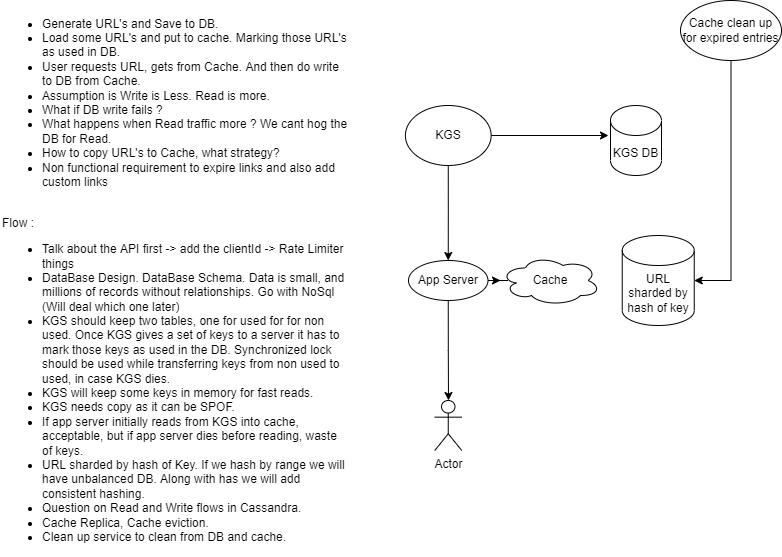
Above: Designs/URL Shortener.drawio.png in pdhub/LowLevelDesign (draw.io), before the change. Source tidied: cells renumbered, new cells last; positions are measured from the earlier drawing's top-left corner, leaving out a move shared by most shapes.
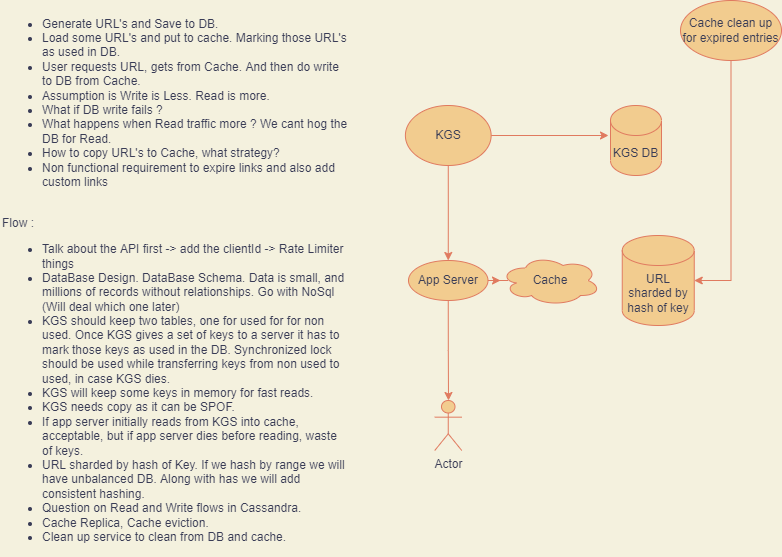
Above is the later version.

The edit, as a diff of the source:
```diff
@@ -1,48 +1,48 @@
-<mxGraphModel>
+<mxGraphModel background="#F4F1DE">
   <root>
     <mxCell id="0" />
     <mxCell id="1" parent="0" />
-    <mxCell id="2" style="edgeStyle=orthogonalEdgeStyle;rounded=0;jettySize=auto;html=1;" parent="1" edge="1" source="4">
+    <mxCell id="2" style="edgeStyle=orthogonalEdgeStyle;rounded=0;jettySize=auto;html=1;labelBackgroundColor=#F4F1DE;strokeColor=#E07A5F;fontColor=#393C56;" parent="1" edge="1" source="4">
       <mxGeometry relative="1" as="geometry">
         <mxPoint x="608" y="135" as="targetPoint" />
       </mxGeometry>
     </mxCell>
-    <mxCell id="3" style="edgeStyle=orthogonalEdgeStyle;rounded=0;jettySize=auto;html=1;" parent="1" edge="1" source="4" target="10">
+    <mxCell id="3" style="edgeStyle=orthogonalEdgeStyle;rounded=0;jettySize=auto;html=1;labelBackgroundColor=#F4F1DE;strokeColor=#E07A5F;fontColor=#393C56;" parent="1" edge="1" source="4" target="10">
       <mxGeometry relative="1" as="geometry" />
     </mxCell>
-    <mxCell id="4" value="KGS" style="ellipse;whiteSpace=wrap;html=1;" parent="1" vertex="1">
+    <mxCell id="4" value="KGS" style="ellipse;whiteSpace=wrap;html=1;fillColor=#F2CC8F;strokeColor=#E07A5F;fontColor=#393C56;" parent="1" vertex="1">
       <mxGeometry x="404.9" y="105" width="85.8" height="60" as="geometry" />
     </mxCell>
-    <mxCell id="5" value="KGS DB" style="shape=cylinder3;whiteSpace=wrap;html=1;boundedLbl=1;backgroundOutline=1;size=15;" parent="1" vertex="1">
+    <mxCell id="5" value="KGS DB" style="shape=cylinder3;whiteSpace=wrap;html=1;boundedLbl=1;backgroundOutline=1;size=15;fillColor=#F2CC8F;strokeColor=#E07A5F;fontColor=#393C56;" parent="1" vertex="1">
       <mxGeometry x="610" y="105" width="51" height="70" as="geometry" />
     </mxCell>
-    <mxCell id="6" value="&lt;ul&gt;&lt;li&gt;Generate URL's and Save to DB.&lt;/li&gt;&lt;li&gt;Load some URL's and put to cache. Marking those URL's as used in DB.&lt;/li&gt;&lt;li&gt;User requests URL, gets from Cache. And then do write to DB from Cache.&lt;/li&gt;&lt;li&gt;Assumption is Write is Less. Read is more.&lt;/li&gt;&lt;li&gt;What if DB write fails ?&lt;/li&gt;&lt;li&gt;What happens when Read traffic more ? We cant hog the DB for Read.&lt;/li&gt;&lt;li&gt;How to copy URL's to Cache, what strategy?&lt;/li&gt;&lt;li&gt;Non functional requirement to expire links and also add custom links&lt;/li&gt;&lt;/ul&gt;&lt;div&gt;&lt;br&gt;&lt;/div&gt;&lt;div&gt;Flow :&lt;/div&gt;&lt;div&gt;&lt;ul&gt;&lt;li&gt;Talk about the API first -&amp;gt; add the clientId -&amp;gt; Rate Limiter things&lt;/li&gt;&lt;li&gt;DataBase Design. DataBase Schema. Data is small, and millions of records without relationships. Go with NoSql (Will deal which one later)&lt;/li&gt;&lt;li&gt;KGS should keep two tables, one for used for for non used. Once KGS gives a set of keys to a server it has to mark those keys as used in the DB. Synchronized lock should be used while transferring keys from non used to used, in case KGS dies.&amp;nbsp;&lt;/li&gt;&lt;li&gt;KGS will keep some keys in memory for fast reads.&lt;/li&gt;&lt;li&gt;KGS needs copy as it can be SPOF.&lt;/li&gt;&lt;li&gt;If app server initially reads from KGS into cache, acceptable, but if app server dies before reading, waste of keys.&amp;nbsp;&lt;/li&gt;&lt;li&gt;URL sharded by hash of Key. If we hash by range we will have unbalanced DB. Along with has we will add consistent hashing.&amp;nbsp;&lt;/li&gt;&lt;li&gt;Question on Read and Write flows in Cassandra.&lt;/li&gt;&lt;li&gt;Cache Replica, Cache eviction.&lt;/li&gt;&lt;li&gt;Clean up service to clean from DB and cache.&lt;/li&gt;&lt;/ul&gt;&lt;/div&gt;" style="text;html=1;strokeColor=none;fillColor=none;align=left;verticalAlign=middle;whiteSpace=wrap;rounded=0;" parent="1" vertex="1">
+    <mxCell id="6" value="&lt;ul&gt;&lt;li&gt;Generate URL's and Save to DB.&lt;/li&gt;&lt;li&gt;Load some URL's and put to cache. Marking those URL's as used in DB.&lt;/li&gt;&lt;li&gt;User requests URL, gets from Cache. And then do write to DB from Cache.&lt;/li&gt;&lt;li&gt;Assumption is Write is Less. Read is more.&lt;/li&gt;&lt;li&gt;What if DB write fails ?&lt;/li&gt;&lt;li&gt;What happens when Read traffic more ? We cant hog the DB for Read.&lt;/li&gt;&lt;li&gt;How to copy URL's to Cache, what strategy?&lt;/li&gt;&lt;li&gt;Non functional requirement to expire links and also add custom links&lt;/li&gt;&lt;/ul&gt;&lt;div&gt;&lt;br&gt;&lt;/div&gt;&lt;div&gt;Flow :&lt;/div&gt;&lt;div&gt;&lt;ul&gt;&lt;li&gt;Talk about the API first -&amp;gt; add the clientId -&amp;gt; Rate Limiter things&lt;/li&gt;&lt;li&gt;DataBase Design. DataBase Schema. Data is small, and millions of records without relationships. Go with NoSql (Will deal which one later)&lt;/li&gt;&lt;li&gt;KGS should keep two tables, one for used for for non used. Once KGS gives a set of keys to a server it has to mark those keys as used in the DB. Synchronized lock should be used while transferring keys from non used to used, in case KGS dies.&amp;nbsp;&lt;/li&gt;&lt;li&gt;KGS will keep some keys in memory for fast reads.&lt;/li&gt;&lt;li&gt;KGS needs copy as it can be SPOF.&lt;/li&gt;&lt;li&gt;If app server initially reads from KGS into cache, acceptable, but if app server dies before reading, waste of keys.&amp;nbsp;&lt;/li&gt;&lt;li&gt;URL sharded by hash of Key. If we hash by range we will have unbalanced DB. Along with has we will add consistent hashing.&amp;nbsp;&lt;/li&gt;&lt;li&gt;Question on Read and Write flows in Cassandra.&lt;/li&gt;&lt;li&gt;Cache Replica, Cache eviction.&lt;/li&gt;&lt;li&gt;Clean up service to clean from DB and cache.&lt;/li&gt;&lt;/ul&gt;&lt;/div&gt;" style="text;html=1;strokeColor=none;fillColor=none;align=left;verticalAlign=middle;whiteSpace=wrap;rounded=0;fontColor=#393C56;" parent="1" vertex="1">
       <mxGeometry y="15" width="350" height="530" as="geometry" />
     </mxCell>
-    <mxCell id="7" value="Actor" style="shape=umlActor;verticalLabelPosition=bottom;verticalAlign=top;html=1;" parent="1" vertex="1">
+    <mxCell id="7" value="Actor" style="shape=umlActor;verticalLabelPosition=bottom;verticalAlign=top;html=1;fillColor=#F2CC8F;strokeColor=#E07A5F;fontColor=#393C56;" parent="1" vertex="1">
       <mxGeometry x="434.2" y="400" width="27" height="50" as="geometry" />
     </mxCell>
-    <mxCell id="8" style="edgeStyle=orthogonalEdgeStyle;rounded=0;jettySize=auto;html=1;" parent="1" edge="1" source="10">
+    <mxCell id="8" style="edgeStyle=orthogonalEdgeStyle;rounded=0;jettySize=auto;html=1;labelBackgroundColor=#F4F1DE;strokeColor=#E07A5F;fontColor=#393C56;" parent="1" edge="1" source="10">
       <mxGeometry relative="1" as="geometry">
         <mxPoint x="448" y="400" as="targetPoint" />
       </mxGeometry>
     </mxCell>
-    <mxCell id="9" style="edgeStyle=orthogonalEdgeStyle;rounded=0;jettySize=auto;html=1;exitX=1;exitY=0.5;exitDx=0;exitDy=0;" parent="1" edge="1" source="10" target="12">
+    <mxCell id="9" style="edgeStyle=orthogonalEdgeStyle;rounded=0;jettySize=auto;html=1;exitX=1;exitY=0.5;exitDx=0;exitDy=0;labelBackgroundColor=#F4F1DE;strokeColor=#E07A5F;fontColor=#393C56;" parent="1" edge="1" source="10" target="12">
       <mxGeometry relative="1" as="geometry" />
     </mxCell>
-    <mxCell id="10" value="App Server" style="ellipse;whiteSpace=wrap;html=1;" parent="1" vertex="1">
+    <mxCell id="10" value="App Server" style="ellipse;whiteSpace=wrap;html=1;fillColor=#F2CC8F;strokeColor=#E07A5F;fontColor=#393C56;" parent="1" vertex="1">
       <mxGeometry x="408" y="260" width="79.5" height="40" as="geometry" />
     </mxCell>
-    <mxCell id="11" value="URL sharded by hash of key" style="shape=cylinder3;whiteSpace=wrap;html=1;boundedLbl=1;backgroundOutline=1;size=15;" parent="1" vertex="1">
+    <mxCell id="11" value="URL sharded by hash of key" style="shape=cylinder3;whiteSpace=wrap;html=1;boundedLbl=1;backgroundOutline=1;size=15;fillColor=#F2CC8F;strokeColor=#E07A5F;fontColor=#393C56;" parent="1" vertex="1">
       <mxGeometry x="621.8" y="235" width="72" height="90" as="geometry" />
     </mxCell>
-    <mxCell id="12" value="Cache" style="ellipse;shape=cloud;whiteSpace=wrap;html=1;" parent="1" vertex="1">
+    <mxCell id="12" value="Cache" style="ellipse;shape=cloud;whiteSpace=wrap;html=1;fillColor=#F2CC8F;strokeColor=#E07A5F;fontColor=#393C56;" parent="1" vertex="1">
       <mxGeometry x="500" y="255" width="100" height="50" as="geometry" />
     </mxCell>
-    <mxCell id="13" style="edgeStyle=orthogonalEdgeStyle;rounded=0;jettySize=auto;html=1;entryX=1;entryY=0.5;entryDx=0;entryDy=0;entryPerimeter=0;" parent="1" edge="1" source="14" target="11">
+    <mxCell id="13" style="edgeStyle=orthogonalEdgeStyle;rounded=0;jettySize=auto;html=1;entryX=1;entryY=0.5;entryDx=0;entryDy=0;entryPerimeter=0;labelBackgroundColor=#F4F1DE;strokeColor=#E07A5F;fontColor=#393C56;" parent="1" edge="1" source="14" target="11">
       <mxGeometry relative="1" as="geometry" />
     </mxCell>
-    <mxCell id="14" value="Cache clean up for expired entries" style="ellipse;whiteSpace=wrap;html=1;" parent="1" vertex="1">
+    <mxCell id="14" value="Cache clean up for expired entries" style="ellipse;whiteSpace=wrap;html=1;fillColor=#F2CC8F;strokeColor=#E07A5F;fontColor=#393C56;" parent="1" vertex="1">
       <mxGeometry x="680" width="101" height="60" as="geometry" />
     </mxCell>
   </root>
```
